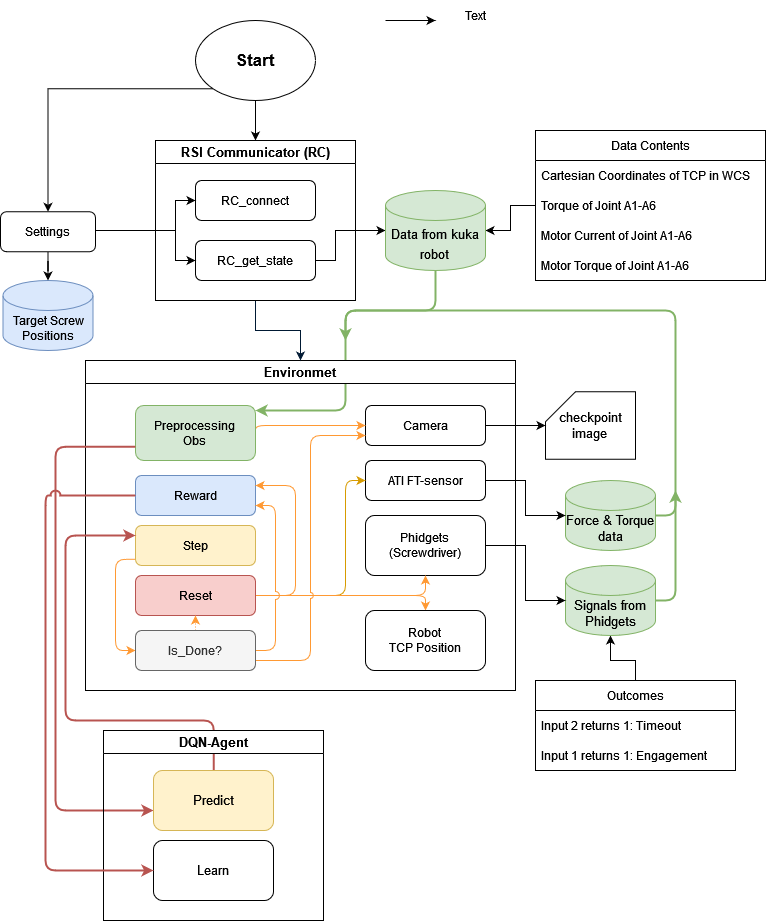
Earlier version of the draw.io export New_Worflow.png (TONiiV/flowcharts). Source tidied: cells renumbered, new cells last; positions are measured from the earlier drawing's top-left corner, leaving out a move shared by most shapes.
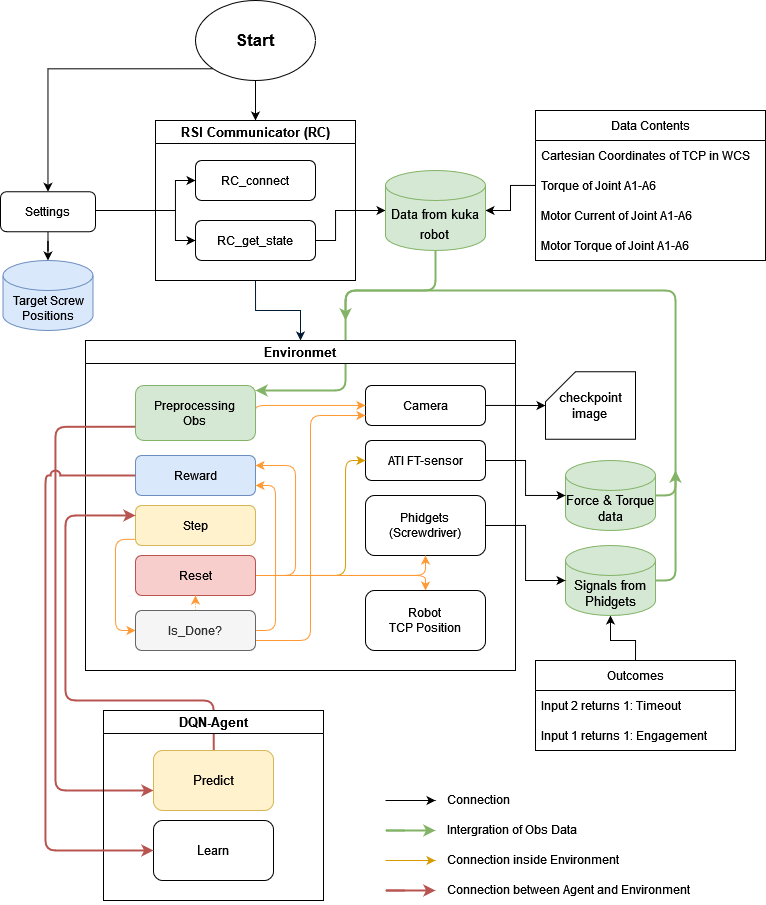
Above is the later version.

The edit, as a diff of the source:
```diff
@@ -263,16 +263,55 @@
     </mxCell>
     <mxCell id="60" style="edgeStyle=orthogonalEdgeStyle;rounded=0;orthogonalLoop=1;jettySize=auto;html=1;fontSize=13;" parent="1" edge="1">
       <mxGeometry relative="1" as="geometry">
-        <mxPoint x="405" y="20" as="sourcePoint" />
-        <mxPoint x="435" y="20" as="targetPoint" />
+        <mxPoint x="405" y="820" as="sourcePoint" />
+        <mxPoint x="435" y="820" as="targetPoint" />
         <Array as="points">
-          <mxPoint x="385" y="20" />
-          <mxPoint x="385" y="20" />
+          <mxPoint x="385" y="820" />
+          <mxPoint x="385" y="820" />
         </Array>
       </mxGeometry>
     </mxCell>
-    <mxCell id="61" value="Text" style="text;html=1;strokeColor=none;fillColor=none;align=center;verticalAlign=middle;whiteSpace=wrap;rounded=0;" parent="1" vertex="1">
-      <mxGeometry x="445" width="60" height="30" as="geometry" />
+    <mxCell id="61" value="&lt;div align=&quot;left&quot;&gt;Connection &lt;/div&gt;" style="text;html=1;strokeColor=none;fillColor=none;align=left;verticalAlign=middle;whiteSpace=wrap;rounded=0;" parent="1" vertex="1">
+      <mxGeometry x="445" y="804" width="60" height="30" as="geometry" />
     </mxCell>
+    <mxCell id="62" style="edgeStyle=orthogonalEdgeStyle;rounded=0;orthogonalLoop=1;jettySize=auto;html=1;fontSize=13;fillColor=#d5e8d4;strokeColor=#82b366;strokeWidth=2;" parent="1" edge="1">
+      <mxGeometry relative="1" as="geometry">
+        <mxPoint x="405" y="850" as="sourcePoint" />
+        <mxPoint x="435" y="850" as="targetPoint" />
+        <Array as="points">
+          <mxPoint x="385" y="850" />
+          <mxPoint x="385" y="850" />
+        </Array>
+      </mxGeometry>
+    </mxCell>
+    <mxCell id="63" value="&lt;div align=&quot;left&quot;&gt;Intergration of Obs Data&lt;/div&gt;" style="text;html=1;strokeColor=none;fillColor=none;align=left;verticalAlign=middle;whiteSpace=wrap;rounded=0;" parent="1" vertex="1">
+      <mxGeometry x="445" y="834" width="140" height="30" as="geometry" />
+    </mxCell>
+    <mxCell id="64" style="edgeStyle=orthogonalEdgeStyle;rounded=0;orthogonalLoop=1;jettySize=auto;html=1;fontSize=13;fillColor=#ffe6cc;strokeColor=#d79b00;" parent="1" edge="1">
+      <mxGeometry relative="1" as="geometry">
+        <mxPoint x="405" y="880" as="sourcePoint" />
+        <mxPoint x="435" y="880" as="targetPoint" />
+        <Array as="points">
+          <mxPoint x="385" y="880" />
+          <mxPoint x="385" y="880" />
+        </Array>
+      </mxGeometry>
+    </mxCell>
+    <mxCell id="65" value="&lt;div align=&quot;left&quot;&gt;Connection inside Environment &lt;/div&gt;" style="text;html=1;strokeColor=none;fillColor=none;align=left;verticalAlign=middle;whiteSpace=wrap;rounded=0;" parent="1" vertex="1">
+      <mxGeometry x="445" y="864" width="180" height="30" as="geometry" />
+    </mxCell>
+    <mxCell id="66" style="edgeStyle=orthogonalEdgeStyle;rounded=0;orthogonalLoop=1;jettySize=auto;html=1;fontSize=13;strokeWidth=2;fillColor=#f8cecc;strokeColor=#b85450;" parent="1" edge="1">
+      <mxGeometry relative="1" as="geometry">
+        <mxPoint x="405" y="910" as="sourcePoint" />
+        <mxPoint x="435" y="910" as="targetPoint" />
+        <Array as="points">
+          <mxPoint x="385" y="910" />
+          <mxPoint x="385" y="910" />
+        </Array>
+      </mxGeometry>
+    </mxCell>
+    <mxCell id="67" value="&lt;div align=&quot;left&quot;&gt;Connection between Agent and Environment &lt;/div&gt;" style="text;html=1;strokeColor=none;fillColor=none;align=left;verticalAlign=middle;whiteSpace=wrap;rounded=0;" parent="1" vertex="1">
+      <mxGeometry x="445" y="894" width="250" height="30" as="geometry" />
+    </mxCell>
   </root>
 </mxGraphModel>
```
